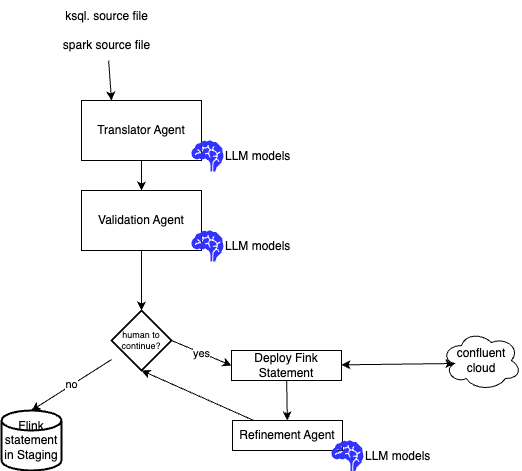
Earlier version of the draw.io export docs/coding/images/ai_agent_new_flow.drawio.png (jbcodeforce/shift_left_utils). Source tidied: cells renumbered, new cells last; positions are measured from the earlier drawing's top-left corner, leaving out a move shared by most shapes. Source of this version:
```xml
<mxGraphModel>
  <root>
    <mxCell id="0" />
    <mxCell id="1" parent="0" />
    <mxCell id="2" style="edgeStyle=none;html=1;" parent="1" edge="1" source="3" target="7">
      <mxGeometry relative="1" as="geometry" />
    </mxCell>
    <mxCell id="3" value="Translator Agent" style="rounded=0;whiteSpace=wrap;html=1;" parent="1" vertex="1">
      <mxGeometry x="80" y="100" width="120" height="60" as="geometry" />
    </mxCell>
    <mxCell id="4" style="edgeStyle=none;html=1;entryX=0.25;entryY=0;entryDx=0;entryDy=0;" parent="1" edge="1" source="5" target="3">
      <mxGeometry relative="1" as="geometry" />
    </mxCell>
    <mxCell id="5" value="ksql. source file&lt;div&gt;&lt;br&gt;&lt;/div&gt;&lt;div&gt;spark source file&lt;/div&gt;" style="text;html=1;align=center;verticalAlign=middle;points=[];strokeColor=none;fillColor=none;" parent="1" vertex="1">
      <mxGeometry x="50" width="110" height="60" as="geometry" />
    </mxCell>
    <mxCell id="6" style="edgeStyle=none;html=1;" parent="1" edge="1" source="7" target="11">
      <mxGeometry relative="1" as="geometry" />
    </mxCell>
    <mxCell id="7" value="&lt;span style=&quot;color: rgb(0, 0, 0);&quot;&gt;Validation Agent&lt;/span&gt;" style="rounded=0;whiteSpace=wrap;html=1;" parent="1" vertex="1">
      <mxGeometry x="80" y="190" width="120" height="60" as="geometry" />
    </mxCell>
    <mxCell id="8" style="edgeStyle=none;html=1;" parent="1" edge="1" source="9" target="12">
      <mxGeometry relative="1" as="geometry" />
    </mxCell>
    <mxCell id="9" value="Deploy Fink Statement" style="rounded=0;whiteSpace=wrap;html=1;" parent="1" vertex="1">
      <mxGeometry x="230" y="350" width="110" height="30" as="geometry" />
    </mxCell>
    <mxCell id="10" value="yes" style="edgeStyle=none;html=1;exitX=1;exitY=0.5;exitDx=0;exitDy=0;exitPerimeter=0;entryX=0;entryY=0.5;entryDx=0;entryDy=0;" parent="1" edge="1" source="11" target="9">
      <mxGeometry relative="1" as="geometry" />
    </mxCell>
    <mxCell id="11" value="human to continue?" style="strokeWidth=2;html=1;shape=mxgraph.flowchart.decision;whiteSpace=wrap;fontSize=9;" parent="1" vertex="1">
      <mxGeometry x="110" y="310" width="60" height="60" as="geometry" />
    </mxCell>
    <mxCell id="12" value="Refinement Agent" style="rounded=0;whiteSpace=wrap;html=1;" parent="1" vertex="1">
      <mxGeometry x="231" y="420" width="110" height="30" as="geometry" />
    </mxCell>
    <mxCell id="13" style="edgeStyle=none;html=1;entryX=0.5;entryY=1;entryDx=0;entryDy=0;entryPerimeter=0;" parent="1" edge="1" source="12" target="11">
      <mxGeometry relative="1" as="geometry" />
    </mxCell>
    <mxCell id="14" value="Flink statement in Staging" style="strokeWidth=2;html=1;shape=mxgraph.flowchart.database;whiteSpace=wrap;" parent="1" vertex="1">
      <mxGeometry y="410" width="60" height="60" as="geometry" />
    </mxCell>
    <mxCell id="15" value="no" style="edgeStyle=none;html=1;entryX=0.5;entryY=0;entryDx=0;entryDy=0;entryPerimeter=0;" parent="1" edge="1" source="11" target="14">
      <mxGeometry relative="1" as="geometry" />
    </mxCell>
    <mxCell id="16" value="LLM models" style="shape=mxgraph.signs.healthcare.brain;html=1;fillColor=#3333FF;strokeColor=none;verticalLabelPosition=middle;verticalAlign=middle;align=left;labelPosition=right;" parent="1" vertex="1">
      <mxGeometry x="190" y="140" width="32" height="31" as="geometry" />
    </mxCell>
    <mxCell id="17" value="LLM models" style="shape=mxgraph.signs.healthcare.brain;html=1;fillColor=#3333FF;strokeColor=none;verticalLabelPosition=middle;verticalAlign=middle;align=left;labelPosition=right;" parent="1" vertex="1">
      <mxGeometry x="190" y="230" width="32" height="31" as="geometry" />
    </mxCell>
    <mxCell id="18" value="LLM models" style="shape=mxgraph.signs.healthcare.brain;html=1;fillColor=#3333FF;strokeColor=none;verticalLabelPosition=middle;verticalAlign=middle;align=left;labelPosition=right;" parent="1" vertex="1">
      <mxGeometry x="330" y="440" width="32" height="31" as="geometry" />
    </mxCell>
    <mxCell id="19" value="confluent cloud" style="ellipse;shape=cloud;whiteSpace=wrap;html=1;" parent="1" vertex="1">
      <mxGeometry x="440" y="330" width="80" height="60" as="geometry" />
    </mxCell>
    <mxCell id="20" style="edgeStyle=none;html=1;entryX=0.16;entryY=0.55;entryDx=0;entryDy=0;entryPerimeter=0;startArrow=classic;startFill=1;" parent="1" edge="1" source="9" target="19">
      <mxGeometry relative="1" as="geometry" />
    </mxCell>
  </root>
</mxGraphModel>
```
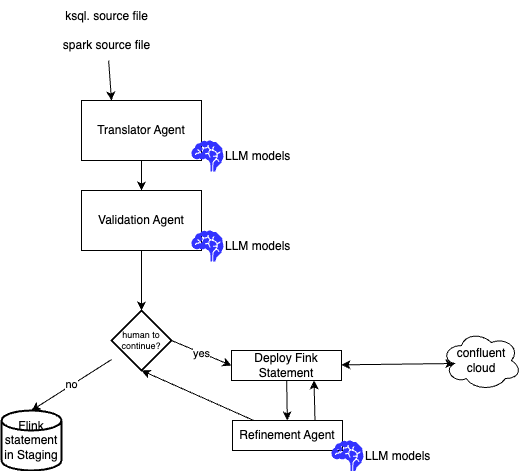
The same file after the commit.

Diff of the diagram source:
```diff
@@ -32,6 +32,9 @@
     <mxCell id="11" value="human to continue?" style="strokeWidth=2;html=1;shape=mxgraph.flowchart.decision;whiteSpace=wrap;fontSize=9;" parent="1" vertex="1">
       <mxGeometry x="110" y="310" width="60" height="60" as="geometry" />
     </mxCell>
+    <mxCell id="21" style="edgeStyle=none;html=1;entryX=0.75;entryY=1;entryDx=0;entryDy=0;exitX=0.75;exitY=0;exitDx=0;exitDy=0;" parent="1" edge="1" source="12" target="9">
+      <mxGeometry relative="1" as="geometry" />
+    </mxCell>
     <mxCell id="12" value="Refinement Agent" style="rounded=0;whiteSpace=wrap;html=1;" parent="1" vertex="1">
       <mxGeometry x="231" y="420" width="110" height="30" as="geometry" />
     </mxCell>
```
